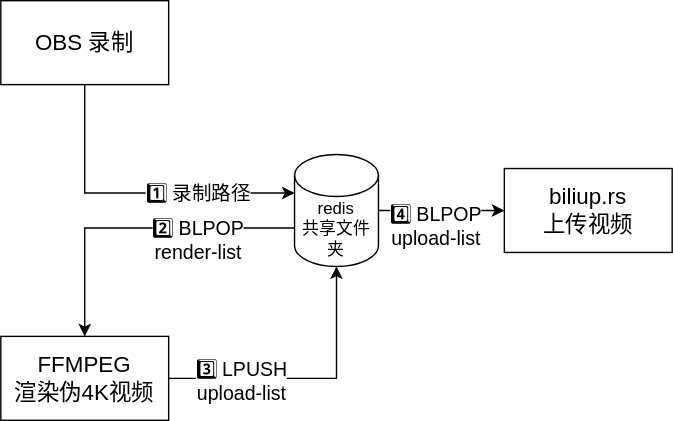
Before: README.assets/flow.drawio.svg, a diagram exported from draw.io (vicat47/perfect_bili_record_upload). Source tidied: cells renumbered, new cells last; positions are measured from the earlier drawing's top-left corner, leaving out a move shared by most shapes. The source it was exported from:
```xml
<mxGraphModel>
  <root>
    <mxCell id="0" />
    <mxCell id="1" parent="0" />
    <mxCell id="2" value="&lt;font style=&quot;font-size: 14px;&quot;&gt;1️⃣ 录制路径&lt;/font&gt;" style="edgeStyle=orthogonalEdgeStyle;html=1;exitX=0.5;exitY=1;exitDx=0;exitDy=0;entryX=0;entryY=0;entryDx=0;entryDy=27.5;entryPerimeter=0;rounded=0;" parent="1" edge="1" source="11" target="7">
      <mxGeometry x="0.38" relative="1" as="geometry">
        <mxPoint x="1" as="offset" />
      </mxGeometry>
    </mxCell>
    <mxCell id="3" style="edgeStyle=orthogonalEdgeStyle;rounded=0;html=1;exitX=0;exitY=0;exitDx=0;exitDy=52.5;exitPerimeter=0;entryX=0.5;entryY=0;entryDx=0;entryDy=0;fontSize=14;" parent="1" edge="1" source="7" target="10">
      <mxGeometry relative="1" as="geometry" />
    </mxCell>
    <mxCell id="4" value="2️⃣ BLPOP&lt;br&gt;render-list" style="edgeLabel;html=1;align=center;verticalAlign=middle;fontSize=14;" parent="3" vertex="1">
      <mxGeometry x="-0.23" y="-1" relative="1" as="geometry">
        <mxPoint x="17" y="9" as="offset" />
      </mxGeometry>
    </mxCell>
    <mxCell id="5" style="edgeStyle=orthogonalEdgeStyle;rounded=0;html=1;exitX=1;exitY=0.5;exitDx=0;exitDy=0;exitPerimeter=0;entryX=0;entryY=0.5;entryDx=0;entryDy=0;fontSize=14;" parent="1" edge="1" source="7" target="12">
      <mxGeometry relative="1" as="geometry" />
    </mxCell>
    <mxCell id="6" value="4️⃣ BLPOP&lt;br&gt;upload-list" style="edgeLabel;html=1;align=center;verticalAlign=middle;fontSize=14;" parent="5" vertex="1">
      <mxGeometry x="-0.23" y="1" relative="1" as="geometry">
        <mxPoint x="5" y="11" as="offset" />
      </mxGeometry>
    </mxCell>
    <mxCell id="7" value="redis&lt;br&gt;共享文件夹" style="shape=cylinder3;whiteSpace=wrap;html=1;boundedLbl=1;backgroundOutline=1;size=15;" parent="1" vertex="1">
      <mxGeometry x="210" y="110" width="60" height="80" as="geometry" />
    </mxCell>
    <mxCell id="8" style="edgeStyle=orthogonalEdgeStyle;rounded=0;html=1;exitX=1;exitY=0.5;exitDx=0;exitDy=0;fontSize=14;" parent="1" edge="1" source="10" target="7">
      <mxGeometry relative="1" as="geometry" />
    </mxCell>
    <mxCell id="9" value="3️⃣ LPUSH&lt;br&gt;upload-list" style="edgeLabel;html=1;align=center;verticalAlign=middle;fontSize=14;" parent="8" vertex="1">
      <mxGeometry x="-0.49" y="-1" relative="1" as="geometry" />
    </mxCell>
    <mxCell id="10" value="FFMPEG&lt;br&gt;渲染伪4K视频" style="rounded=0;whiteSpace=wrap;html=1;fontSize=16;" parent="1" vertex="1">
      <mxGeometry y="240" width="120" height="60" as="geometry" />
    </mxCell>
    <mxCell id="11" value="OBS 录制" style="rounded=0;whiteSpace=wrap;html=1;fontSize=16;" parent="1" vertex="1">
      <mxGeometry width="120" height="60" as="geometry" />
    </mxCell>
    <mxCell id="12" value="biliup.rs&lt;br&gt;上传视频" style="rounded=0;whiteSpace=wrap;html=1;fontSize=16;" parent="1" vertex="1">
      <mxGeometry x="360" y="120" width="120" height="60" as="geometry" />
    </mxCell>
  </root>
</mxGraphModel>
```
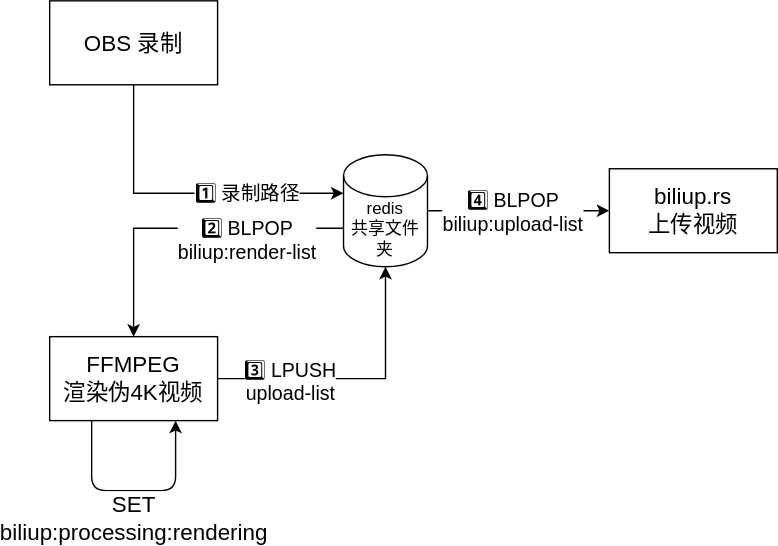
Later version of the same file.

Diff of the diagram source:
```diff
@@ -10,7 +10,7 @@
     <mxCell id="3" style="edgeStyle=orthogonalEdgeStyle;rounded=0;html=1;exitX=0;exitY=0;exitDx=0;exitDy=52.5;exitPerimeter=0;entryX=0.5;entryY=0;entryDx=0;entryDy=0;fontSize=14;" parent="1" edge="1" source="7" target="10">
       <mxGeometry relative="1" as="geometry" />
     </mxCell>
-    <mxCell id="4" value="2️⃣ BLPOP&lt;br&gt;render-list" style="edgeLabel;html=1;align=center;verticalAlign=middle;fontSize=14;" parent="3" vertex="1">
+    <mxCell id="4" value="2️⃣ BLPOP&lt;br&gt;biliup:render-list" style="edgeLabel;html=1;align=center;verticalAlign=middle;fontSize=14;" parent="3" vertex="1">
       <mxGeometry x="-0.23" y="-1" relative="1" as="geometry">
         <mxPoint x="17" y="9" as="offset" />
       </mxGeometry>
@@ -18,9 +18,9 @@
     <mxCell id="5" style="edgeStyle=orthogonalEdgeStyle;rounded=0;html=1;exitX=1;exitY=0.5;exitDx=0;exitDy=0;exitPerimeter=0;entryX=0;entryY=0.5;entryDx=0;entryDy=0;fontSize=14;" parent="1" edge="1" source="7" target="12">
       <mxGeometry relative="1" as="geometry" />
     </mxCell>
-    <mxCell id="6" value="4️⃣ BLPOP&lt;br&gt;upload-list" style="edgeLabel;html=1;align=center;verticalAlign=middle;fontSize=14;" parent="5" vertex="1">
+    <mxCell id="6" value="4️⃣ BLPOP&lt;br&gt;biliup:upload-list" style="edgeLabel;html=1;align=center;verticalAlign=middle;fontSize=14;" parent="5" vertex="1">
       <mxGeometry x="-0.23" y="1" relative="1" as="geometry">
-        <mxPoint x="5" y="11" as="offset" />
+        <mxPoint x="10" y="1" as="offset" />
       </mxGeometry>
     </mxCell>
     <mxCell id="7" value="redis&lt;br&gt;共享文件夹" style="shape=cylinder3;whiteSpace=wrap;html=1;boundedLbl=1;backgroundOutline=1;size=15;" parent="1" vertex="1">
@@ -39,7 +39,16 @@
       <mxGeometry width="120" height="60" as="geometry" />
     </mxCell>
     <mxCell id="12" value="biliup.rs&lt;br&gt;上传视频" style="rounded=0;whiteSpace=wrap;html=1;fontSize=16;" parent="1" vertex="1">
-      <mxGeometry x="360" y="120" width="120" height="60" as="geometry" />
+      <mxGeometry x="400" y="120" width="120" height="60" as="geometry" />
     </mxCell>
+    <mxCell id="13" value="&lt;font style=&quot;font-size: 16px;&quot;&gt;SET&lt;br&gt;biliup:processing:rendering&lt;br&gt;&lt;/font&gt;" style="edgeStyle=orthogonalEdgeStyle;html=1;exitX=0.25;exitY=1;exitDx=0;exitDy=0;" parent="1" edge="1" source="10">
+      <mxGeometry y="-20" relative="1" as="geometry">
+        <mxPoint x="90" y="300" as="targetPoint" />
+        <Array as="points">
+          <mxPoint x="30" y="350" />
+          <mxPoint x="90" y="350" />
+        </Array>
+      </mxGeometry>
+    </mxCell>
   </root>
 </mxGraphModel>
```
